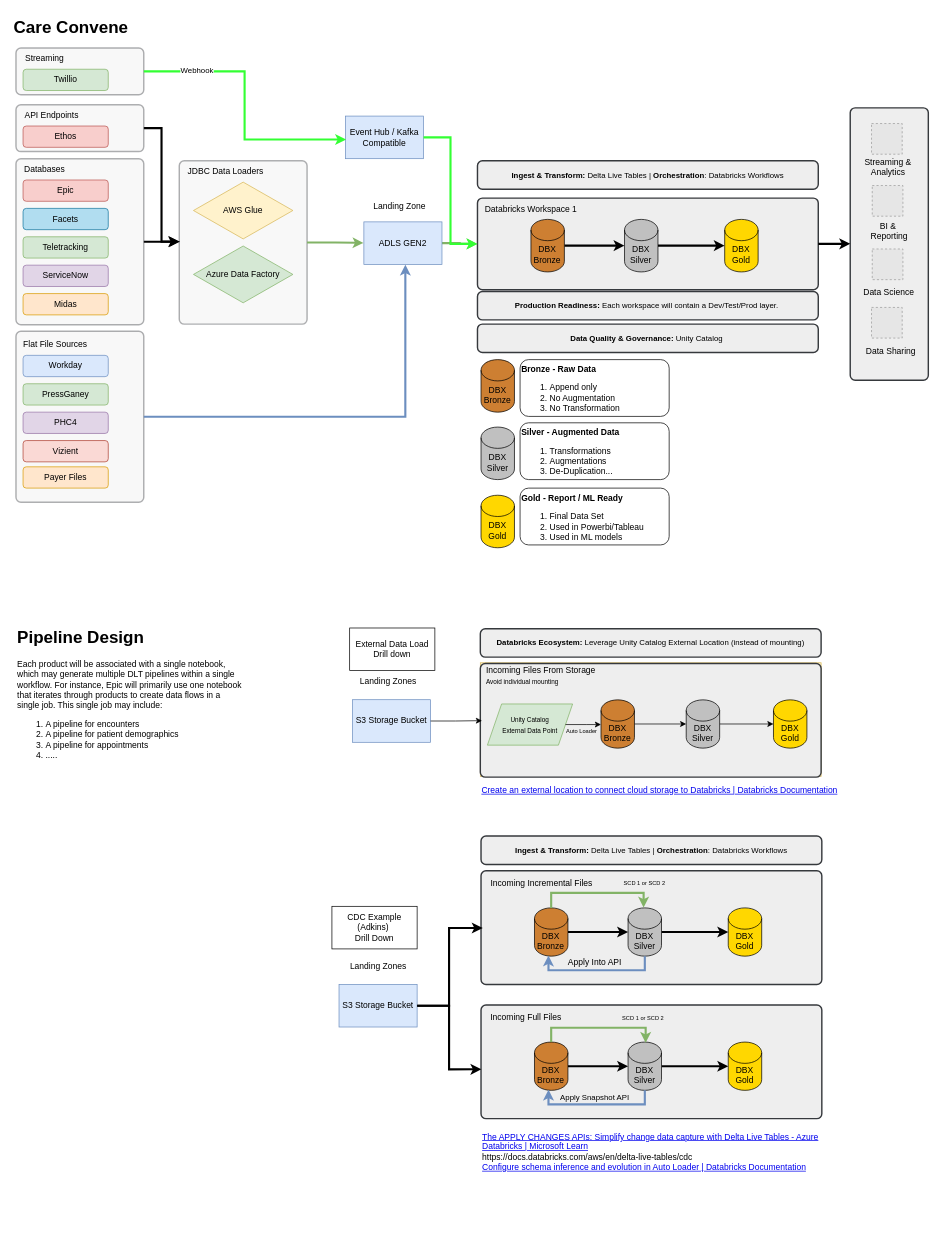
This is page "CareConvene" (1 of 2) of draw.io/CareConvene.drawio from jadkinsgr/DesignResources, a draw.io file, before an edit. Source tidied: cells renumbered, new cells numbered last; positions are measured from the earlier drawing's top-left corner, leaving out a move shared by most shapes. Both pictures are drawn from the tidied source at 71%, with x=0, y=0 at pixel (12, 12). Pictures stored in the file or linked from it are replaced by grey dashed boxes.
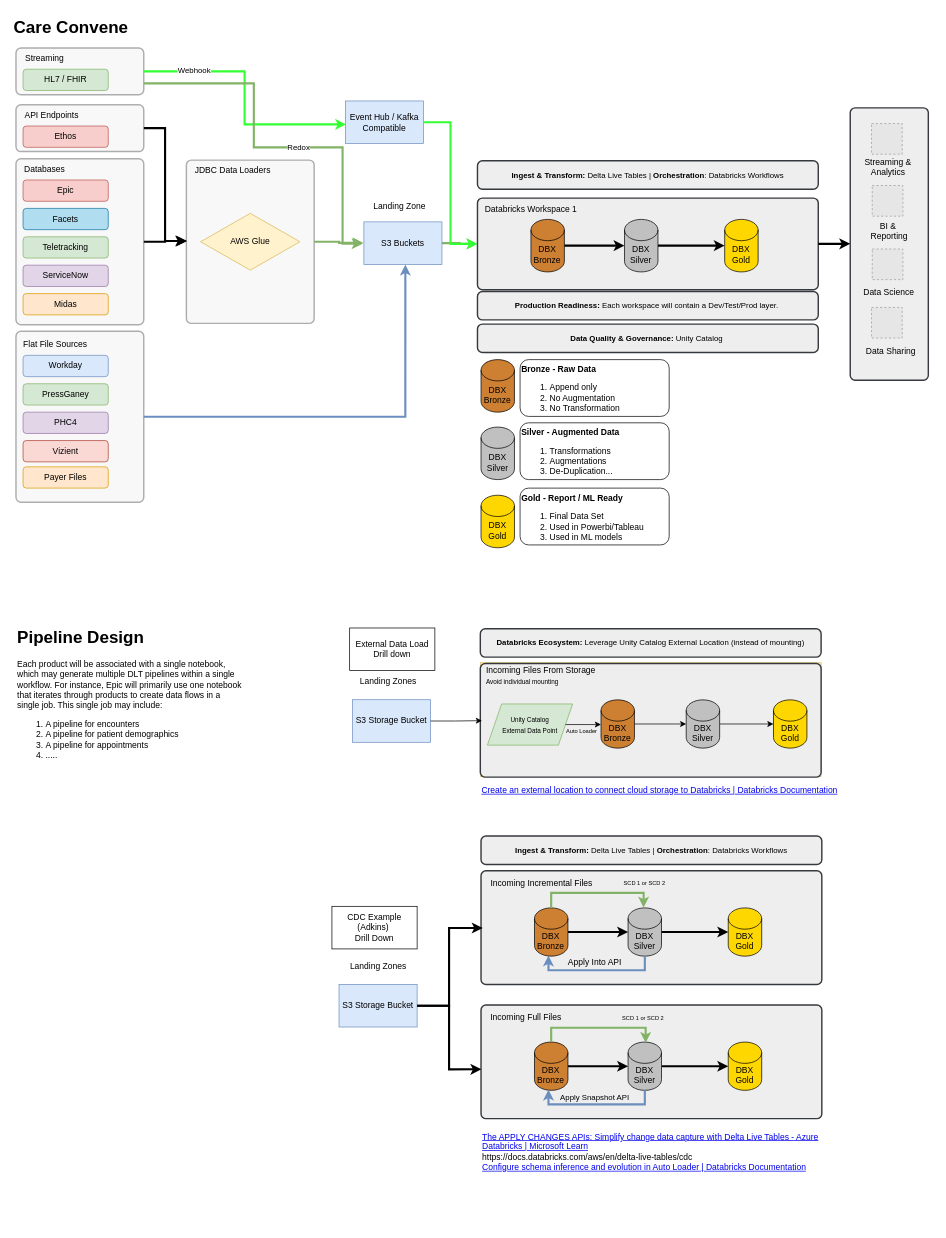
After the change.

Unchanged cells that the change refers to:
```xml
<mxCell id="109" style="group;" parent="1" vertex="1">
  <mxGeometry x="5" y="30" width="180" height="89.3" as="geometry" />
</mxCell>
<mxCell id="110" style="rounded=1;whiteSpace=wrap;html=1;absoluteArcSize=1;arcSize=14;strokeWidth=2;fillColor=#eeeeee;strokeColor=#36393d;opacity=40;" parent="109" vertex="1">
  <mxGeometry y="20" width="180" height="66" as="geometry" />
</mxCell>
```

Diff of the diagram source:
```diff
@@
-    <mxCell id="3" value="ADLS GEN2" style="whiteSpace=wrap;html=1;fillColor=#dae8fc;strokeColor=#6c8ebf;" parent="1" vertex="1">
+    <mxCell id="3" value="S3 Buckets" style="whiteSpace=wrap;html=1;fillColor=#dae8fc;strokeColor=#6c8ebf;" parent="1" vertex="1">
       <mxGeometry x="495" y="295" width="110" height="60" as="geometry" />
     </mxCell>
@@
     <mxCell id="25" style="group;" parent="1" vertex="1">
-      <mxGeometry x="235" y="209" width="180" height="230" as="geometry" />
+      <mxGeometry x="245" y="208" width="180" height="230" as="geometry" />
     </mxCell>
@@
     <mxCell id="27" value="AWS Glue" style="rhombus;whiteSpace=wrap;html=1;fillColor=#fff2cc;strokeColor=#d6b656;" parent="25" vertex="1">
-      <mxGeometry x="20" y="30" width="140" height="80" as="geometry" />
+      <mxGeometry x="20" y="75" width="140" height="80" as="geometry" />
     </mxCell>
-    <mxCell id="28" value="Azure Data Factory" style="rhombus;whiteSpace=wrap;html=1;fillColor=#d5e8d4;strokeColor=#82b366;" parent="25" vertex="1">
-      <mxGeometry x="20" y="120" width="140" height="80" as="geometry" />
-    </mxCell>
@@
-    <mxCell id="112" value="Twillio" style="rounded=1;whiteSpace=wrap;html=1;fillColor=#d5e8d4;strokeColor=#82b366;" parent="109" vertex="1">
+    <mxCell id="112" value="HL7 / FHIR" style="rounded=1;whiteSpace=wrap;html=1;fillColor=#d5e8d4;strokeColor=#82b366;" parent="109" vertex="1">
       <mxGeometry x="10" y="50" width="120" height="30" as="geometry" />
     </mxCell>
     <mxCell id="113" value="Event Hub / Kafka Compatible" style="whiteSpace=wrap;html=1;fillColor=#dae8fc;strokeColor=#6c8ebf;" parent="1" vertex="1">
-      <mxGeometry x="469" y="146" width="110" height="60" as="geometry" />
+      <mxGeometry x="469" y="124.7" width="110" height="60" as="geometry" />
     </mxCell>
@@
+    <mxCell id="118" style="edgeStyle=orthogonalEdgeStyle;rounded=0;jettySize=auto;html=1;strokeWidth=3;flowAnimation=1;entryX=-0.017;entryY=0.514;entryDx=0;entryDy=0;entryPerimeter=0;fillColor=#d5e8d4;strokeColor=#82b366;" parent="1" edge="1" source="110" target="3">
+      <mxGeometry relative="1" as="geometry">
+        <Array as="points">
+          <mxPoint x="340" y="100" />
+          <mxPoint x="340" y="190" />
+          <mxPoint x="465" y="190" />
+          <mxPoint x="465" y="326" />
+        </Array>
+      </mxGeometry>
+    </mxCell>
+    <mxCell id="119" value="Redox" style="edgeLabel;html=1;align=center;verticalAlign=middle;" parent="118" vertex="1">
+      <mxGeometry x="0.15" y="1" relative="1" as="geometry" />
+    </mxCell>
```
